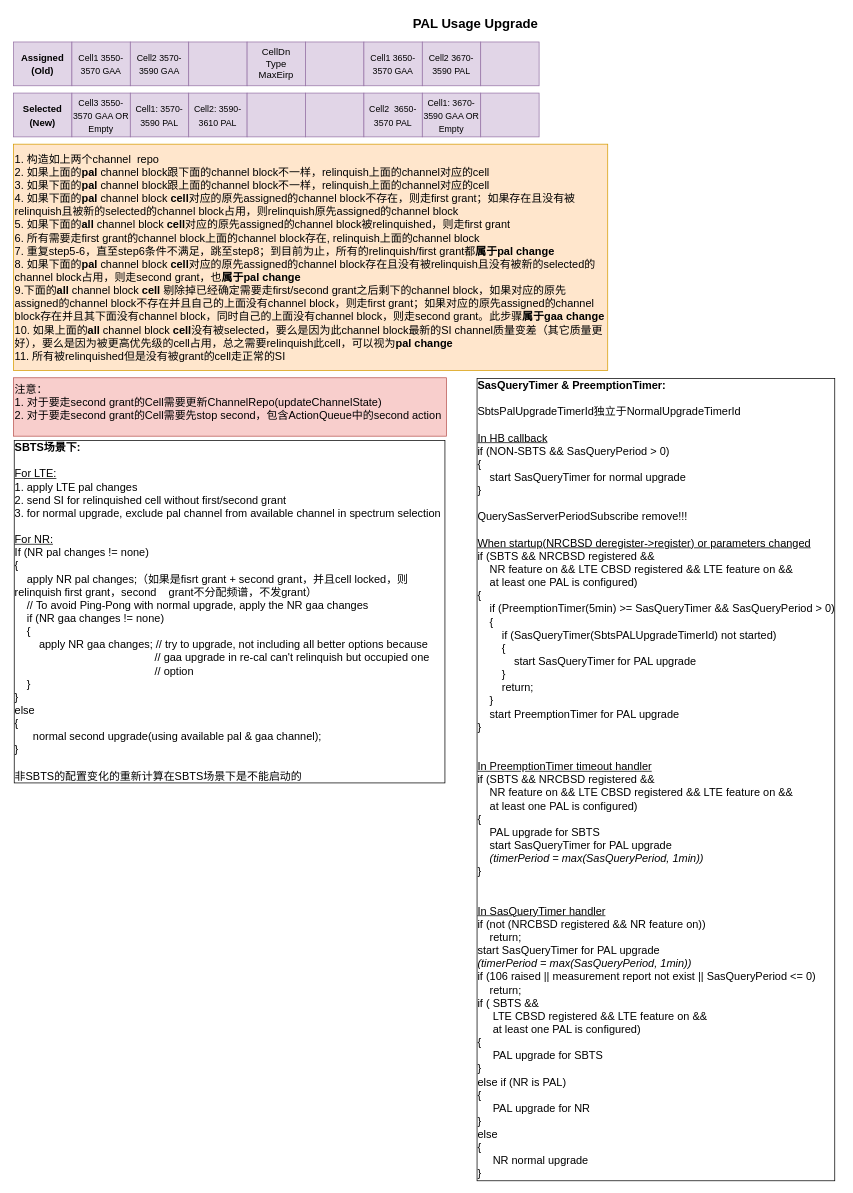
Before: Pal_Change_Algorithm.drawio in xdlhzdh/drawio, a draw.io diagram. Source tidied: cells renumbered, new cells numbered last; positions are measured from the earlier drawing's top-left corner, leaving out a move shared by most shapes. Both pictures are drawn from the tidied source at 73%, with x=0, y=0 at pixel (12, 12).
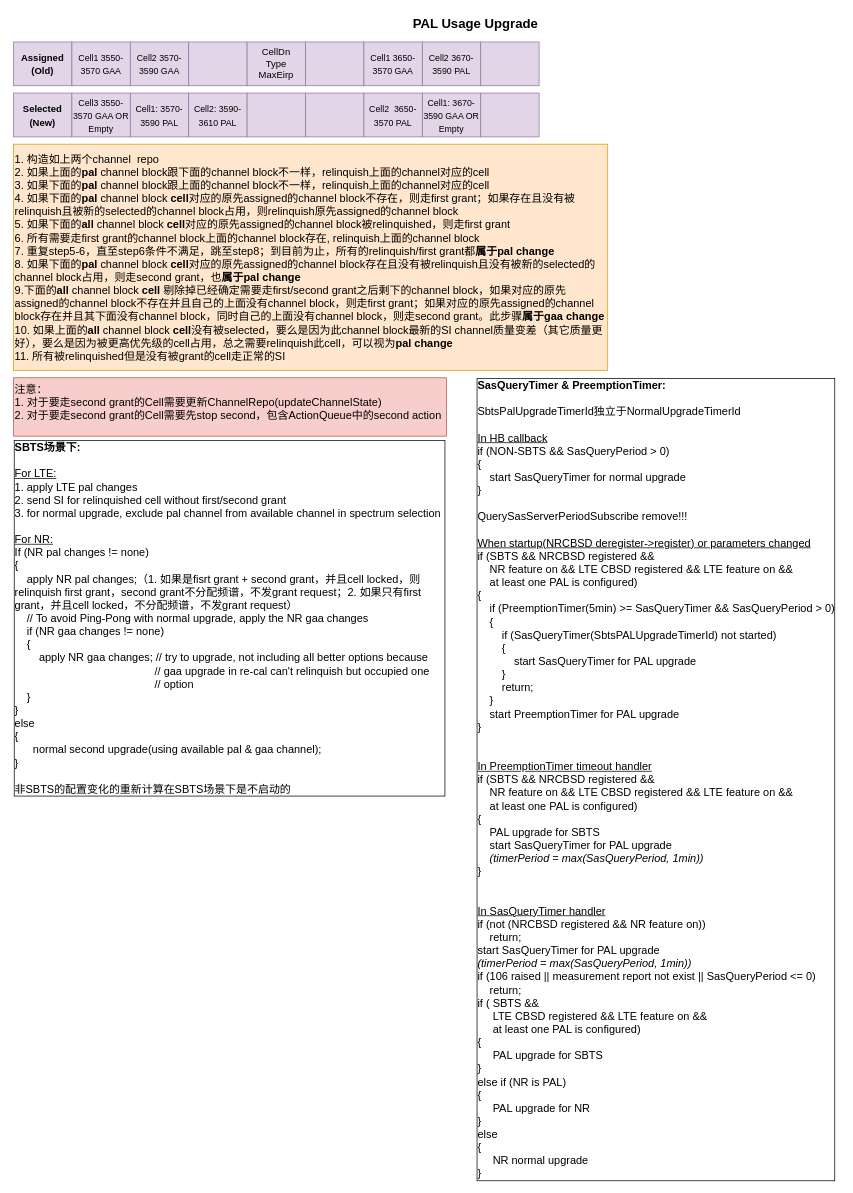
After the change.

The edit, as a diff of the source:
```diff
@@
-    <mxCell id="23" value="&lt;font style=&quot;font-size: 15px;&quot;&gt;&lt;font style=&quot;font-size: 15px;&quot;&gt;&lt;b style=&quot;&quot;&gt;SBTS场景下:&lt;/b&gt;&lt;br style=&quot;&quot;&gt;&lt;br&gt;&lt;u style=&quot;&quot;&gt;For LTE:&lt;/u&gt;&lt;br style=&quot;&quot;&gt;1. apply LTE pal changes&lt;br style=&quot;&quot;&gt;2. send SI for relinquished cell without first/second grant&lt;br style=&quot;&quot;&gt;3. for normal upgrade, exclude pal channel from available channel in spectrum selection&amp;nbsp;&lt;br style=&quot;&quot;&gt;&lt;br style=&quot;&quot;&gt;&lt;u style=&quot;&quot;&gt;For NR:&lt;/u&gt;&lt;/font&gt;&lt;br style=&quot;&quot;&gt;If (NR pal changes != none)&lt;br style=&quot;&quot;&gt;{&lt;br style=&quot;&quot;&gt;&amp;nbsp; &amp;nbsp; apply NR pal changes;（如果是fisrt grant + second grant，并且cell locked，则relinquish first grant，second&amp;nbsp; &amp;nbsp; grant不分配频谱，不发grant）&lt;br&gt;&amp;nbsp; &amp;nbsp; // To avoid Ping-Pong with normal upgrade, apply the&amp;nbsp;NR gaa changes&lt;br style=&quot;&quot;&gt;&amp;nbsp; &amp;nbsp; if (NR gaa changes != none)&lt;br style=&quot;&quot;&gt;&amp;nbsp; &amp;nbsp; {&lt;br style=&quot;&quot;&gt;&amp;nbsp; &amp;nbsp; &amp;nbsp; &amp;nbsp; apply NR gaa changes; // try to upgrade, not including all better options because&amp;nbsp;&lt;br&gt;&amp;nbsp; &amp;nbsp; &amp;nbsp; &amp;nbsp; &amp;nbsp; &amp;nbsp; &amp;nbsp; &amp;nbsp; &amp;nbsp; &amp;nbsp; &amp;nbsp; &amp;nbsp; &amp;nbsp; &amp;nbsp; &amp;nbsp; &amp;nbsp; &amp;nbsp; &amp;nbsp; &amp;nbsp; &amp;nbsp; &amp;nbsp; &amp;nbsp; &amp;nbsp; // gaa upgrade in re-cal can't relinquish but occupied one&amp;nbsp; &amp;nbsp; &amp;nbsp; &amp;nbsp; &amp;nbsp; &amp;nbsp; &amp;nbsp; &amp;nbsp; &amp;nbsp; &amp;nbsp; &amp;nbsp; &amp;nbsp; &amp;nbsp; &amp;nbsp; &amp;nbsp; &amp;nbsp; &amp;nbsp; &amp;nbsp; &amp;nbsp; &amp;nbsp; &amp;nbsp; &amp;nbsp; &amp;nbsp; &amp;nbsp; &amp;nbsp; &amp;nbsp; // option&lt;br style=&quot;&quot;&gt;&amp;nbsp; &amp;nbsp; }&lt;br style=&quot;&quot;&gt;}&lt;br style=&quot;&quot;&gt;else&lt;br style=&quot;&quot;&gt;{&lt;br style=&quot;&quot;&gt;&amp;nbsp; &amp;nbsp; &amp;nbsp; normal second upgrade(using available pal &amp;amp; gaa channel);&lt;br style=&quot;&quot;&gt;}&lt;br&gt;&lt;br&gt;非SBTS的配置变化的重新计算在SBTS场景下是不能启动的&lt;br&gt;&lt;/font&gt;" style="text;html=1;strokeColor=none;fillColor=none;align=left;verticalAlign=top;whiteSpace=wrap;rounded=0;fontSize=14;fontFamily=Helvetica;labelBorderColor=default;labelBackgroundColor=none;sketch=0;shadow=0;glass=0;" parent="1" vertex="1">
+    <mxCell id="23" value="&lt;font style=&quot;font-size: 15px;&quot;&gt;&lt;font style=&quot;font-size: 15px;&quot;&gt;&lt;b style=&quot;&quot;&gt;SBTS场景下:&lt;/b&gt;&lt;br style=&quot;&quot;&gt;&lt;br&gt;&lt;u style=&quot;&quot;&gt;For LTE:&lt;/u&gt;&lt;br style=&quot;&quot;&gt;1. apply LTE pal changes&lt;br style=&quot;&quot;&gt;2. send SI for relinquished cell without first/second grant&lt;br style=&quot;&quot;&gt;3. for normal upgrade, exclude pal channel from available channel in spectrum selection&amp;nbsp;&lt;br style=&quot;&quot;&gt;&lt;br style=&quot;&quot;&gt;&lt;u style=&quot;&quot;&gt;For NR:&lt;/u&gt;&lt;/font&gt;&lt;br style=&quot;&quot;&gt;If (NR pal changes != none)&lt;br style=&quot;&quot;&gt;{&lt;br style=&quot;&quot;&gt;&amp;nbsp; &amp;nbsp; apply NR pal changes;（1. 如果是fisrt grant + second grant，并且cell locked，则relinquish first grant，second grant不分配频谱，不发grant request；2. 如果只有first grant，并且cell locked，不分配频谱，不发grant request）&lt;br&gt;&amp;nbsp; &amp;nbsp; // To avoid Ping-Pong with normal upgrade, apply the&amp;nbsp;NR gaa changes&lt;br style=&quot;&quot;&gt;&amp;nbsp; &amp;nbsp; if (NR gaa changes != none)&lt;br style=&quot;&quot;&gt;&amp;nbsp; &amp;nbsp; {&lt;br style=&quot;&quot;&gt;&amp;nbsp; &amp;nbsp; &amp;nbsp; &amp;nbsp; apply NR gaa changes; // try to upgrade, not including all better options because&amp;nbsp;&lt;br&gt;&amp;nbsp; &amp;nbsp; &amp;nbsp; &amp;nbsp; &amp;nbsp; &amp;nbsp; &amp;nbsp; &amp;nbsp; &amp;nbsp; &amp;nbsp; &amp;nbsp; &amp;nbsp; &amp;nbsp; &amp;nbsp; &amp;nbsp; &amp;nbsp; &amp;nbsp; &amp;nbsp; &amp;nbsp; &amp;nbsp; &amp;nbsp; &amp;nbsp; &amp;nbsp; // gaa upgrade in re-cal can't relinquish but occupied one&amp;nbsp; &amp;nbsp; &amp;nbsp; &amp;nbsp; &amp;nbsp; &amp;nbsp; &amp;nbsp; &amp;nbsp; &amp;nbsp; &amp;nbsp; &amp;nbsp; &amp;nbsp; &amp;nbsp; &amp;nbsp; &amp;nbsp; &amp;nbsp; &amp;nbsp; &amp;nbsp; &amp;nbsp; &amp;nbsp; &amp;nbsp; &amp;nbsp; &amp;nbsp; &amp;nbsp; &amp;nbsp; &amp;nbsp; // option&lt;br style=&quot;&quot;&gt;&amp;nbsp; &amp;nbsp; }&lt;br style=&quot;&quot;&gt;}&lt;br style=&quot;&quot;&gt;else&lt;br style=&quot;&quot;&gt;{&lt;br style=&quot;&quot;&gt;&amp;nbsp; &amp;nbsp; &amp;nbsp; normal second upgrade(using available pal &amp;amp; gaa channel);&lt;br style=&quot;&quot;&gt;}&lt;br&gt;&lt;br&gt;非SBTS的配置变化的重新计算在SBTS场景下是不启动的&lt;br&gt;&lt;/font&gt;" style="text;html=1;strokeColor=none;fillColor=none;align=left;verticalAlign=top;whiteSpace=wrap;rounded=0;fontSize=14;fontFamily=Helvetica;labelBorderColor=default;labelBackgroundColor=none;sketch=0;shadow=0;glass=0;" parent="1" vertex="1">
       <mxGeometry x="-0.5" y="579" width="593" height="481" as="geometry" />
     </mxCell>
```
